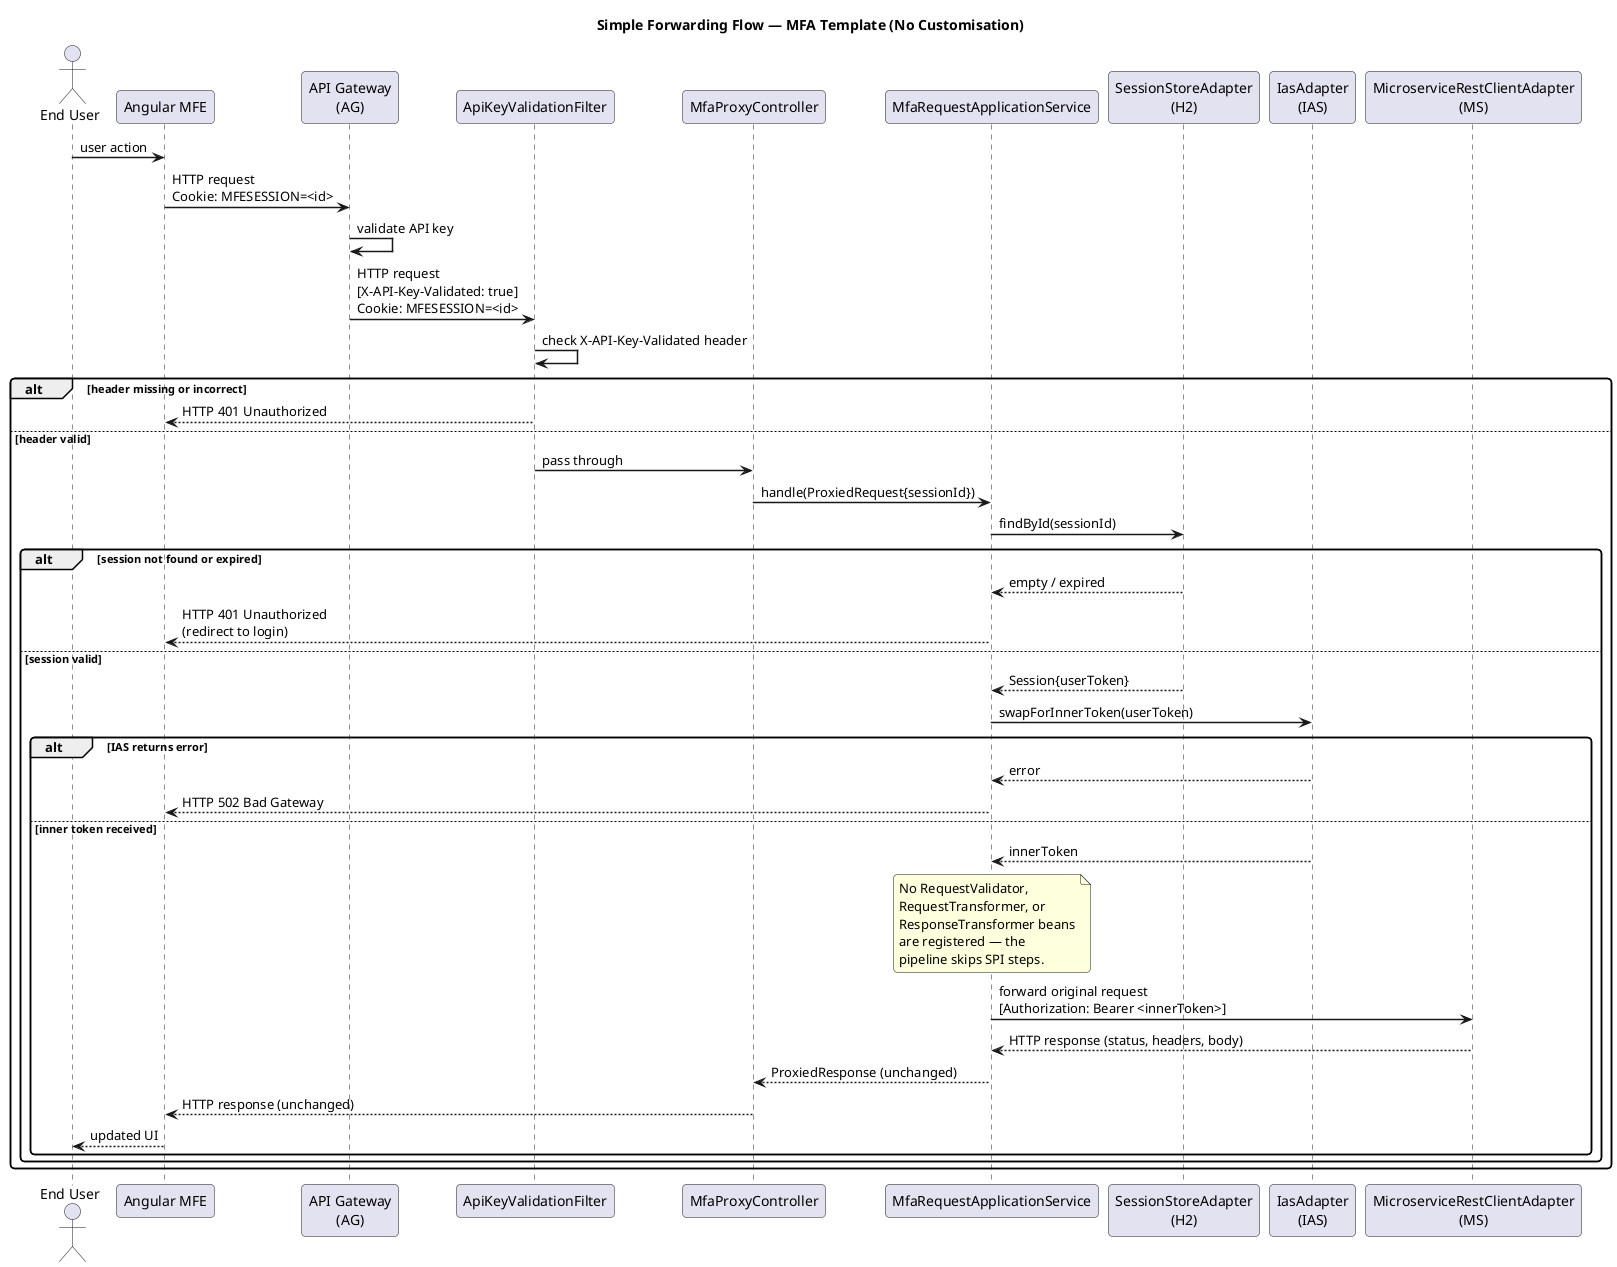
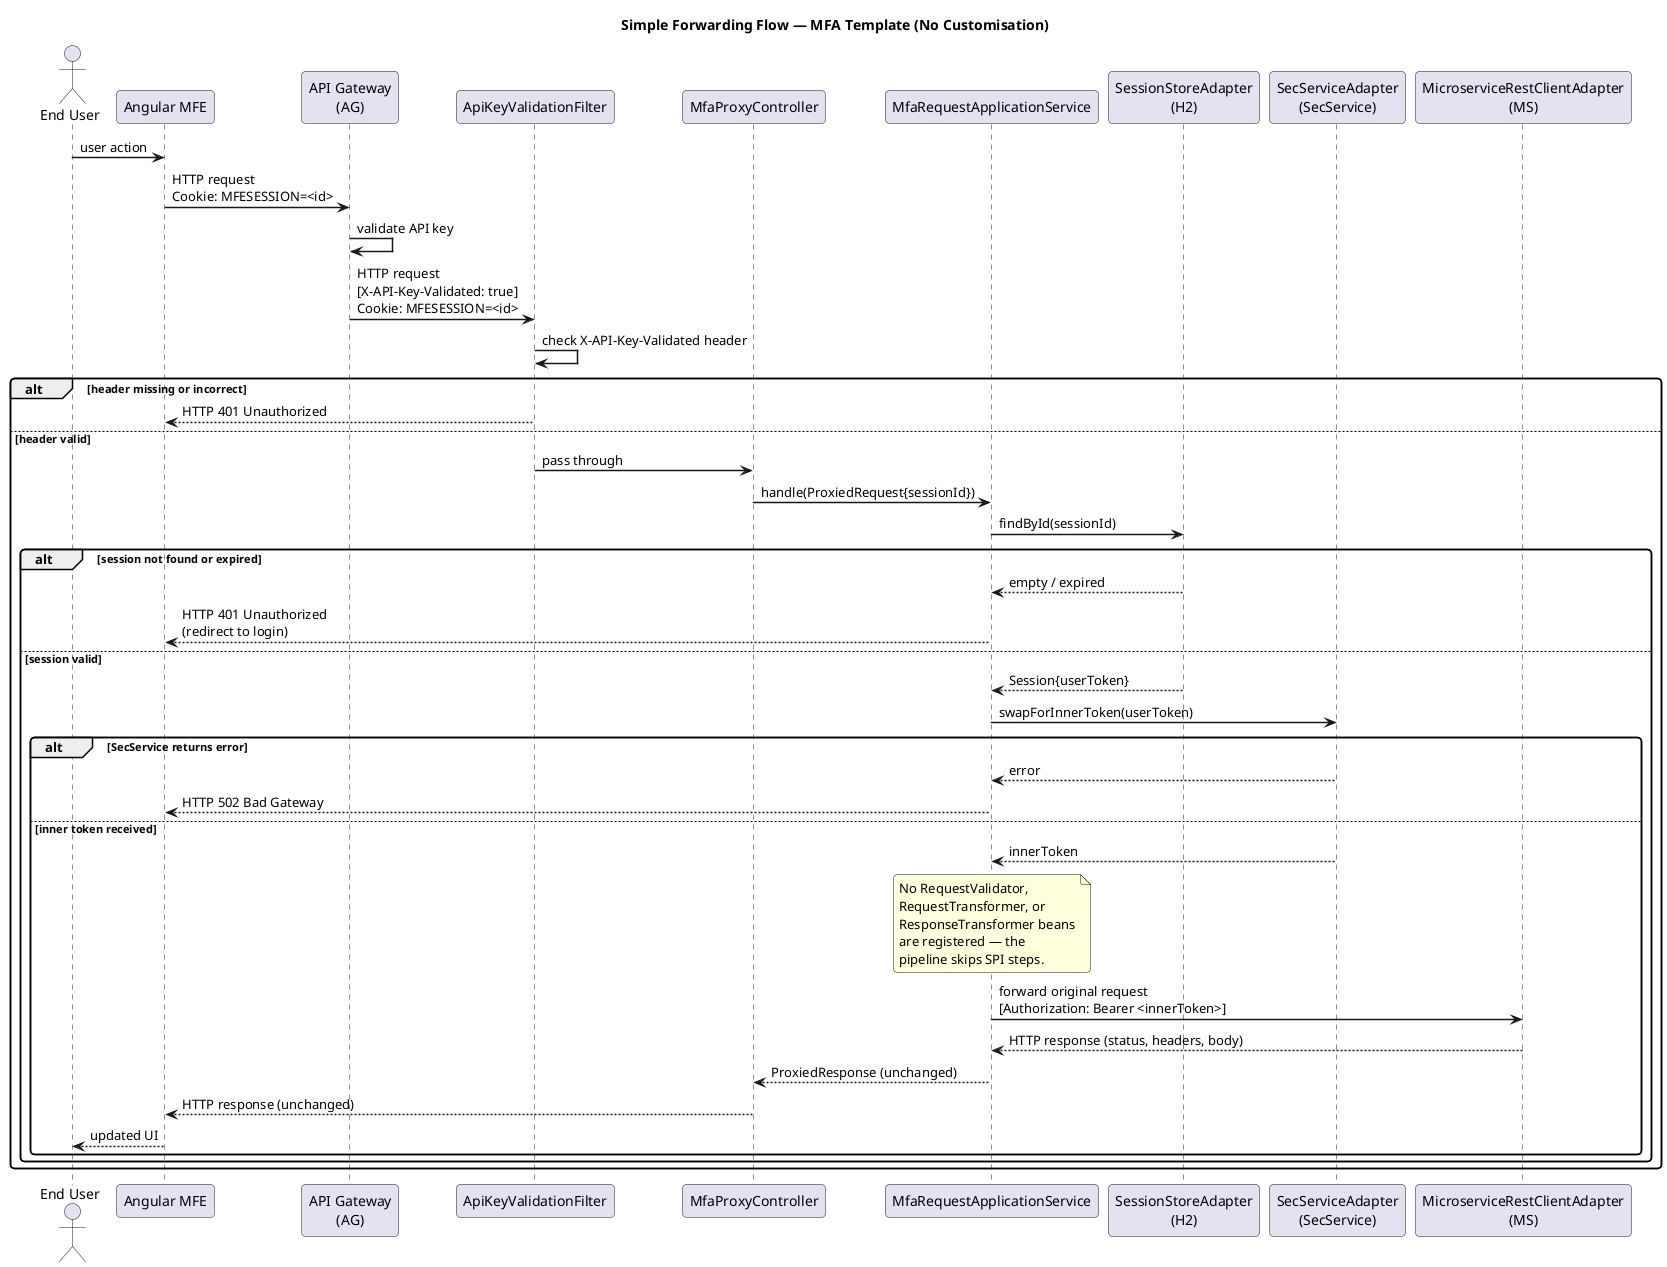
@startuml sequence-simple-forwarding
skinparam sequenceArrowThickness 1.5
skinparam roundcorner 8
skinparam backgroundColor white

title Simple Forwarding Flow — MFA Template (No Customisation)

actor "End User" as User
participant "Angular MFE" as MFE
participant "API Gateway\n(AG)" as AG
participant "ApiKeyValidationFilter" as Filter
participant "MfaProxyController" as Ctrl
participant "MfaRequestApplicationService" as Svc
participant "SessionStoreAdapter\n(H2)" as Session
- participant "IasAdapter\n(IAS)" as IAS
+ participant "SecServiceAdapter\n(SecService)" as SecSvc
participant "MicroserviceRestClientAdapter\n(MS)" as MS

User -> MFE : user action
MFE -> AG : HTTP request\nCookie: MFESESSION=<id>
AG -> AG : validate API key
AG -> Filter : HTTP request\n[X-API-Key-Validated: true]\nCookie: MFESESSION=<id>

Filter -> Filter : check X-API-Key-Validated header
alt header missing or incorrect
    Filter --> MFE : HTTP 401 Unauthorized
else header valid
    Filter -> Ctrl : pass through

    Ctrl -> Svc : handle(ProxiedRequest{sessionId})

    Svc -> Session : findById(sessionId)
    alt session not found or expired
        Session --> Svc : empty / expired
        Svc --> MFE : HTTP 401 Unauthorized\n(redirect to login)
    else session valid
        Session --> Svc : Session{userToken}

-         Svc -> IAS : swapForInnerToken(userToken)
-         alt IAS returns error
-             IAS --> Svc : error
+         Svc -> SecSvc : swapForInnerToken(userToken)
+         alt SecService returns error
+             SecSvc --> Svc : error
            Svc --> MFE : HTTP 502 Bad Gateway
        else inner token received
-             IAS --> Svc : innerToken
+             SecSvc --> Svc : innerToken

            note over Svc
                No RequestValidator,
                RequestTransformer, or
                ResponseTransformer beans
                are registered — the
                pipeline skips SPI steps.
            end note

            Svc -> MS : forward original request\n[Authorization: Bearer <innerToken>]
            MS --> Svc : HTTP response (status, headers, body)
            Svc --> Ctrl : ProxiedResponse (unchanged)
            Ctrl --> MFE : HTTP response (unchanged)
            MFE --> User : updated UI
        end
    end
end
@enduml
